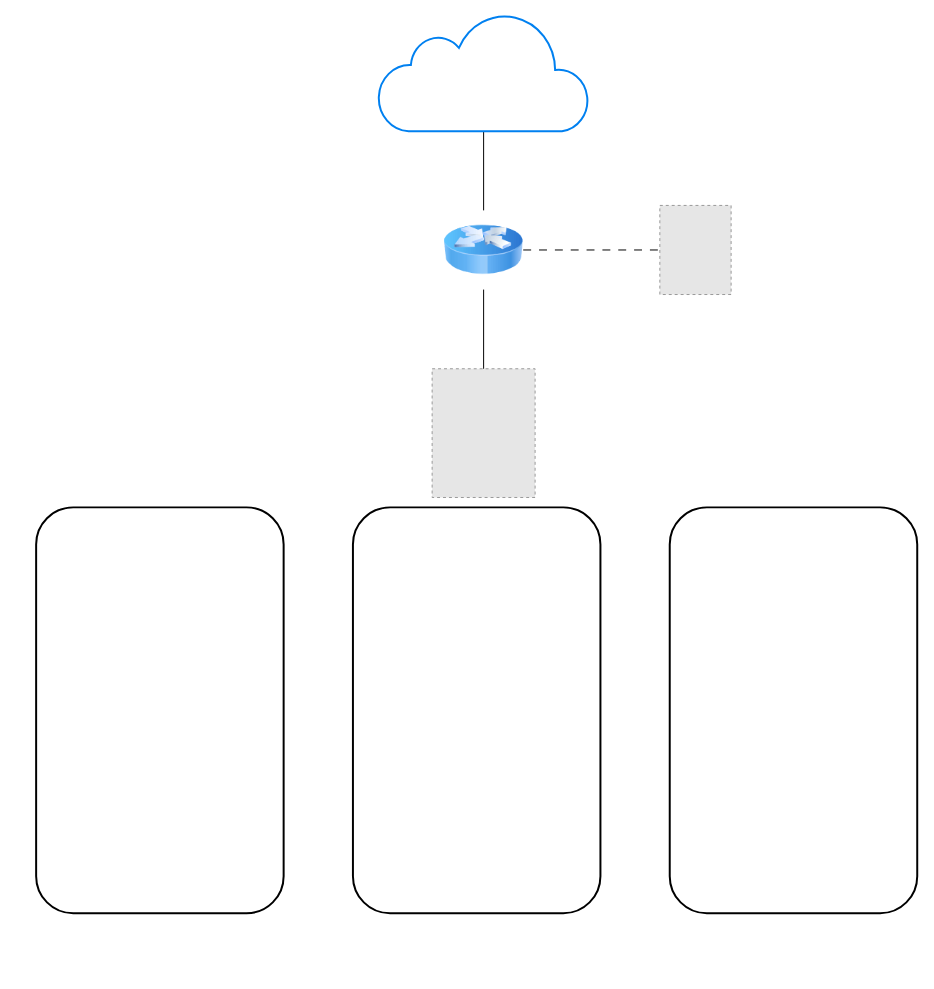
Earlier version of the draw.io diagram Network .drawio (tonymcrae/Homelab-Documentation). Source tidied: cells renumbered, new cells numbered last; positions are measured from the earlier drawing's top-left corner, leaving out a move shared by most shapes. Both pictures are drawn from the tidied source at 99%, with x=0, y=0 at pixel (36, 12). Pictures stored in the file or linked from it are replaced by grey dashed boxes.
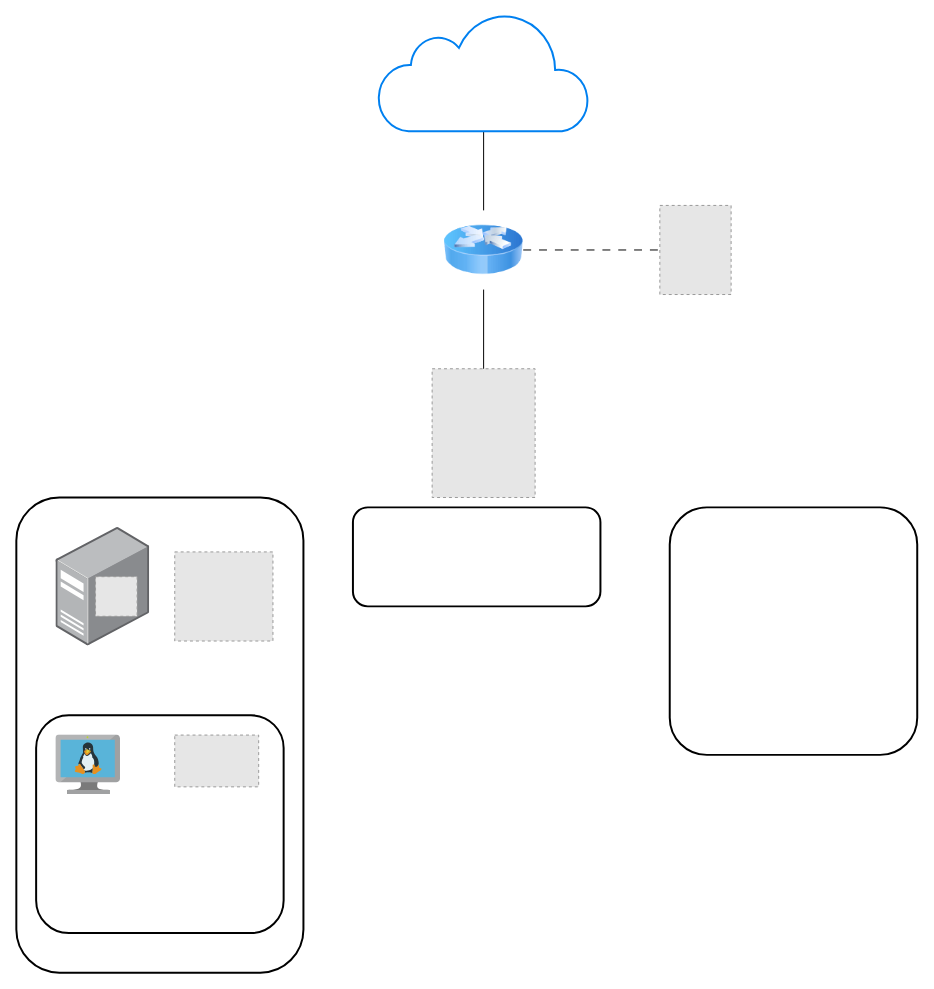
The same diagram, later.

The edit, as a diff of the source:
```diff
@@
 <mxGraphModel>
   <root>
     <mxCell id="0" />
     <mxCell id="1" parent="0" />
     <mxCell id="2" style="fillColor=#E6E6E6;strokeColor=#999999;dashed=1;verticalLabelPosition=bottom;verticalAlign=top;" parent="1" vertex="1">
       <mxGeometry x="400" y="360" width="104" height="130" as="geometry" />
     </mxCell>
     <mxCell id="3" style="edgeStyle=orthogonalEdgeStyle;rounded=0;jettySize=auto;html=1;exitX=0.5;exitY=1;exitDx=0;exitDy=0;endArrow=none;startFill=0;entryX=0.5;entryY=0;entryDx=0;entryDy=0;" parent="1" edge="1" source="5" target="2">
       <mxGeometry relative="1" as="geometry" />
     </mxCell>
     <mxCell id="4" style="edgeStyle=orthogonalEdgeStyle;rounded=0;jettySize=auto;html=1;entryX=0;entryY=0.5;entryDx=0;entryDy=0;dashed=1;dashPattern=8 8;targetPerimeterSpacing=0;endArrow=none;endFill=0;startFill=0;" parent="1" edge="1" source="5" target="8">
       <mxGeometry relative="1" as="geometry" />
     </mxCell>
     <mxCell id="5" style="image;html=1;image=img/lib/clip_art/networking/Router_Icon_128x128.png;" parent="1" vertex="1">
       <mxGeometry x="412" y="200" width="80" height="80" as="geometry" />
     </mxCell>
     <mxCell id="6" style="edgeStyle=orthogonalEdgeStyle;rounded=0;jettySize=auto;html=1;endArrow=none;startFill=0;" parent="1" edge="1" source="7" target="5">
       <mxGeometry relative="1" as="geometry" />
     </mxCell>
     <mxCell id="7" style="html=1;verticalLabelPosition=bottom;align=center;labelBackgroundColor=#ffffff;verticalAlign=top;strokeWidth=2;strokeColor=#0080F0;shadow=0;dashed=0;shape=mxgraph.ios7.icons.cloud;" parent="1" vertex="1">
       <mxGeometry x="345.5" width="213" height="120" as="geometry" />
     </mxCell>
     <mxCell id="8" style="fillColor=#E6E6E6;strokeColor=#999999;dashed=1;verticalLabelPosition=bottom;verticalAlign=top;" parent="1" vertex="1">
       <mxGeometry x="630" y="195" width="72" height="90" as="geometry" />
     </mxCell>
     <mxCell id="9" style="whiteSpace=wrap;html=1;fillColor=none;strokeWidth=2;strokeColor=light-dark(#000000,#0080C0);rounded=1;" parent="1" vertex="1">
-      <mxGeometry y="500" width="250" height="410" as="geometry" />
+      <mxGeometry x="-20" y="490" width="290" height="480" as="geometry" />
     </mxCell>
     <mxCell id="10" style="whiteSpace=wrap;html=1;fillColor=none;strokeWidth=2;strokeColor=light-dark(#000000,#0080C0);rounded=1;" parent="1" vertex="1">
-      <mxGeometry x="640" y="500" width="250" height="410" as="geometry" />
+      <mxGeometry x="640" y="500" width="250" height="250" as="geometry" />
     </mxCell>
     <mxCell id="11" style="whiteSpace=wrap;html=1;fillColor=none;strokeWidth=2;strokeColor=light-dark(#000000,#0080C0);rounded=1;" parent="1" vertex="1">
-      <mxGeometry x="320" y="500" width="250" height="410" as="geometry" />
+      <mxGeometry x="320" y="500" width="250" height="100" as="geometry" />
     </mxCell>
+    <mxCell id="12" style="image;html=1;align=center;shadow=0;dashed=0;image=img/lib/allied_telesis/computer_and_terminals/Server_Desktop.svg;" parent="1" vertex="1">
+      <mxGeometry x="20" y="520" width="94.7" height="120" as="geometry" />
+    </mxCell>
+    <mxCell id="13" style="fillColor=#E6E6E6;strokeColor=#999999;dashed=1;verticalLabelPosition=bottom;labelBackgroundColor=default;verticalAlign=top;" parent="1" vertex="1">
+      <mxGeometry x="60" y="570" width="42" height="40" as="geometry" />
+    </mxCell>
+    <mxCell id="14" style="fillColor=#E6E6E6;strokeColor=#999999;dashed=1;verticalLabelPosition=bottom;labelBackgroundColor=default;verticalAlign=top;" parent="1" vertex="1">
+      <mxGeometry x="140" y="545" width="99.2" height="90" as="geometry" />
+    </mxCell>
+    <mxCell id="15" style="whiteSpace=wrap;html=1;fillColor=none;strokeWidth=2;strokeColor=light-dark(#000000,#0080C0);rounded=1;" parent="1" vertex="1">
+      <mxGeometry y="710" width="250" height="220" as="geometry" />
+    </mxCell>
+    <mxCell id="16" style="image;sketch=0;html=1;align=center;fontSize=12;image=img/lib/mscae/VM_Linux.svg;" parent="1" vertex="1">
+      <mxGeometry x="20" y="730" width="65.2" height="60" as="geometry" />
+    </mxCell>
+    <mxCell id="17" style="fillColor=#E6E6E6;strokeColor=#999999;dashed=1;verticalLabelPosition=bottom;labelBackgroundColor=default;verticalAlign=top;" parent="1" vertex="1">
+      <mxGeometry x="140" y="730" width="84.8" height="52.3" as="geometry" />
+    </mxCell>
   </root>
 </mxGraphModel>
```
